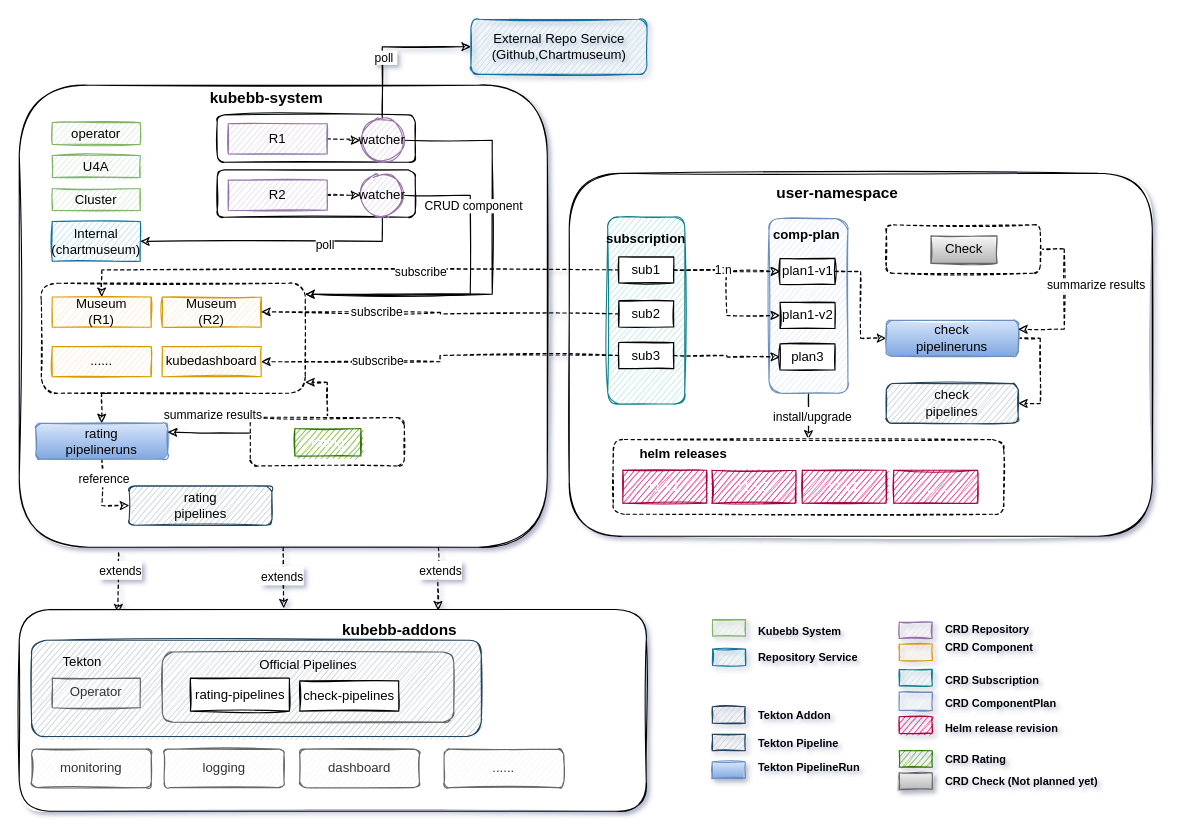
Above: assets/arch.drawio in kubebb/core (draw.io), before the change. Source tidied: cells renumbered, new cells numbered last; positions are measured from the earlier drawing's top-left corner, leaving out a move shared by most shapes. Both pictures are drawn from the tidied source at 110%, with x=0, y=0 at pixel (19, 19).
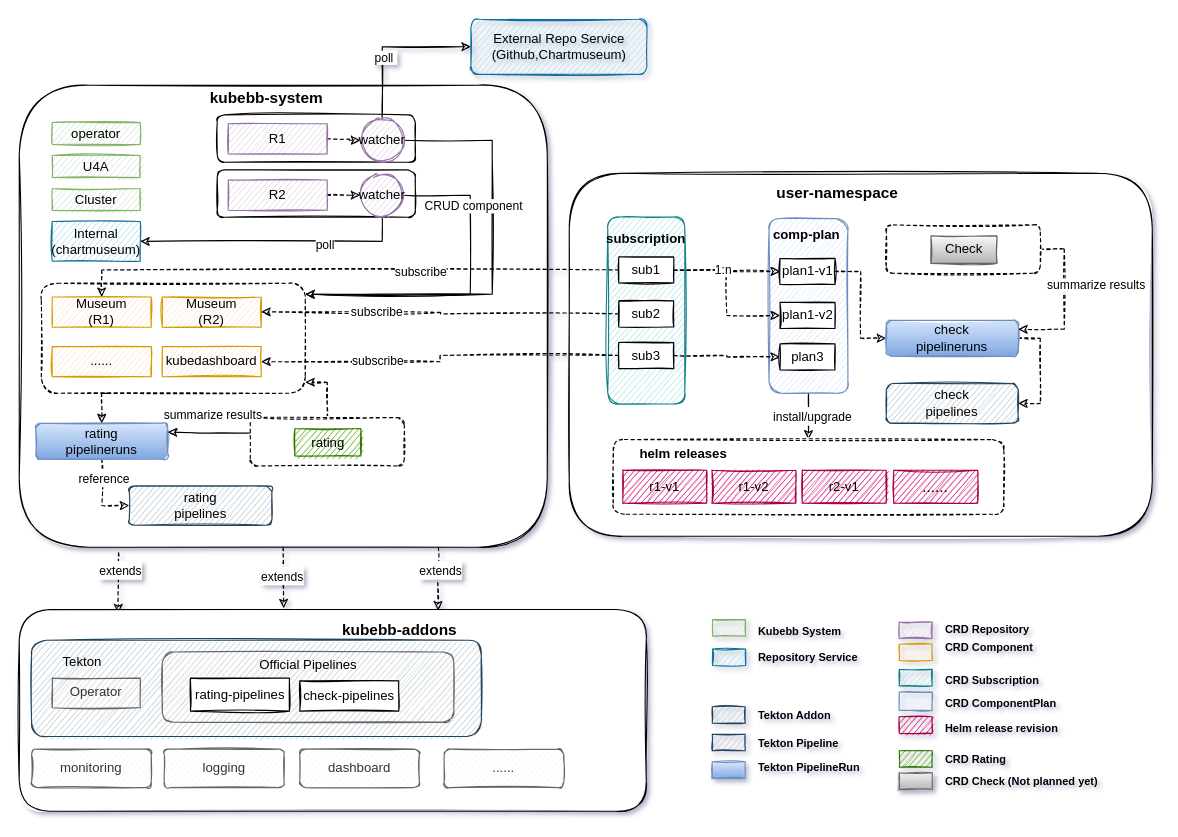
The same page after the edit.

Commit message (it also covers changes not shown here):
docs: lead user to official documente and fix arch content font

What changed in the source:
```diff
@@
-    <mxCell id="100" value="rating" style="rounded=0;whiteSpace=wrap;html=1;fillColor=#60a917;strokeColor=#2D7600;align=center;fontColor=#ffffff;sketch=1;" parent="1" vertex="1">
+    <mxCell id="100" value="rating" style="rounded=0;whiteSpace=wrap;html=1;fillColor=#60a917;strokeColor=#2D7600;align=center;fontColor=#000000;sketch=1;" parent="1" vertex="1">
       <mxGeometry x="250.6" y="372.1" width="60" height="25" as="geometry" />
     </mxCell>
@@
-    <mxCell id="114" value="r1-v1" style="rounded=0;whiteSpace=wrap;html=1;fontSize=12;fillColor=#d80073;fontColor=#ffffff;strokeColor=#A50040;fontStyle=0;sketch=1;" parent="1" vertex="1">
+    <mxCell id="114" value="r1-v1" style="rounded=0;whiteSpace=wrap;html=1;fontSize=12;fillColor=#d80073;fontColor=#000000;strokeColor=#A50040;fontStyle=0;sketch=1;" parent="1" vertex="1">
       <mxGeometry x="548.7" y="410" width="76.3" height="30" as="geometry" />
     </mxCell>
@@
-    <mxCell id="118" value="r1-v2" style="rounded=0;whiteSpace=wrap;html=1;fontSize=12;fillColor=#d80073;fontColor=#ffffff;strokeColor=#A50040;fontStyle=0;sketch=1;" parent="1" vertex="1">
+    <mxCell id="118" value="r1-v2" style="rounded=0;whiteSpace=wrap;html=1;fontSize=12;fillColor=#d80073;fontColor=#000000;strokeColor=#A50040;fontStyle=0;sketch=1;" parent="1" vertex="1">
       <mxGeometry x="629.7" y="410" width="76.3" height="30" as="geometry" />
     </mxCell>
-    <mxCell id="119" value="r2-v1" style="rounded=0;whiteSpace=wrap;html=1;fontSize=12;fillColor=#d80073;fontColor=#ffffff;strokeColor=#A50040;fontStyle=0;sketch=1;" parent="1" vertex="1">
+    <mxCell id="119" value="r2-v1" style="rounded=0;whiteSpace=wrap;html=1;fontSize=12;fillColor=#d80073;fontColor=#000000;strokeColor=#A50040;fontStyle=0;sketch=1;" parent="1" vertex="1">
       <mxGeometry x="711.8" y="410" width="76.3" height="30" as="geometry" />
     </mxCell>
-    <mxCell id="120" value="......" style="rounded=0;whiteSpace=wrap;html=1;fontSize=14;fillColor=#d80073;fontColor=#ffffff;strokeColor=#A50040;sketch=1;" parent="1" vertex="1">
+    <mxCell id="120" value="......" style="rounded=0;whiteSpace=wrap;html=1;fontSize=14;fillColor=#d80073;fontColor=#000000;strokeColor=#A50040;sketch=1;" parent="1" vertex="1">
       <mxGeometry x="795" y="410" width="76.3" height="30" as="geometry" />
     </mxCell>
```
